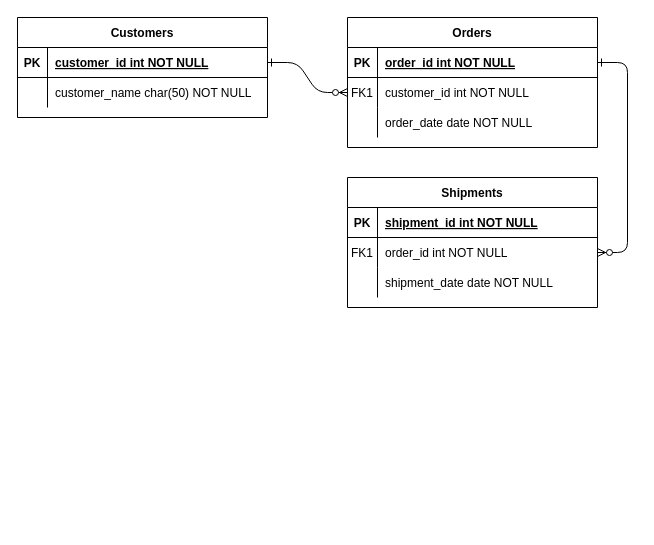
Earlier version of the draw.io diagram Untitled Diagram.drawio (giegeralexandra/BeautyMe). Source tidied: cells renumbered, new cells numbered last; positions are measured from the earlier drawing's top-left corner, leaving out a move shared by most shapes. Both pictures are drawn from the tidied source at 100%, with x=0, y=0 at pixel (17, 17).
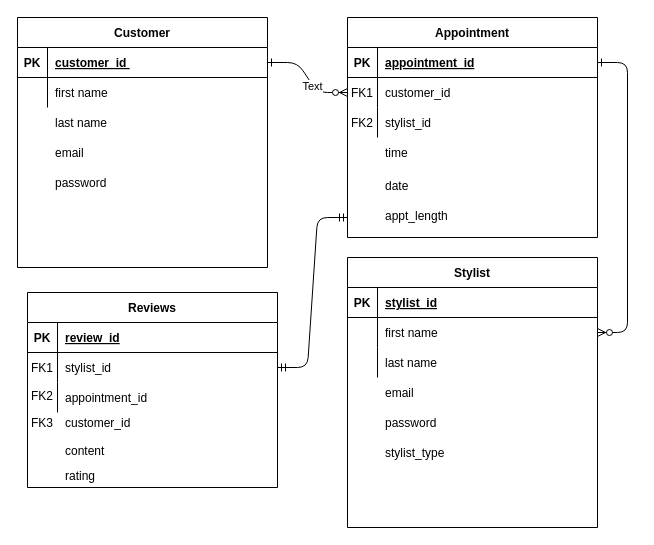
The same page after the edit.

The change refers to these unchanged cells:
```xml
<mxCell id="2" style="edgeStyle=entityRelationEdgeStyle;endArrow=ERzeroToMany;startArrow=ERone;endFill=1;startFill=0;" parent="1" edge="1" source="25" target="8">
  <mxGeometry relative="1" as="geometry" />
</mxCell>
<mxCell id="5" style="shape=partialRectangle;fillColor=none;points=[[0,0.5],[1,0.5]];portConstraint=eastwest;top=0;left=0;right=0;bottom=1;" parent="4" vertex="1">
  <mxGeometry y="30" width="250" height="30" as="geometry" />
</mxCell>
<mxCell id="8" style="shape=partialRectangle;fillColor=none;points=[[0,0.5],[1,0.5]];portConstraint=eastwest;top=0;left=0;right=0;bottom=0;" parent="4" vertex="1">
  <mxGeometry y="60" width="250" height="30" as="geometry" />
</mxCell>
<mxCell id="11" style="shape=partialRectangle;fillColor=none;top=0;left=0;right=0;bottom=0;" parent="4" vertex="1">
  <mxGeometry y="90" width="250" height="30" as="geometry" />
</mxCell>
<mxCell id="15" style="shape=partialRectangle;fillColor=none;top=0;left=0;right=0;bottom=1;" parent="14" vertex="1">
  <mxGeometry y="30" width="250" height="30" as="geometry" />
</mxCell>
<mxCell id="18" style="shape=partialRectangle;fillColor=none;points=[[0,0.5],[1,0.5]];portConstraint=eastwest;top=0;left=0;right=0;bottom=0;" parent="14" vertex="1">
  <mxGeometry y="60" width="250" height="30" as="geometry" />
</mxCell>
<mxCell id="21" style="shape=partialRectangle;fillColor=none;top=0;left=0;right=0;bottom=0;" parent="14" vertex="1">
  <mxGeometry y="90" width="250" height="30" as="geometry" />
</mxCell>
<mxCell id="25" style="shape=partialRectangle;fillColor=none;points=[[0,0.5],[1,0.5]];portConstraint=eastwest;top=0;left=0;right=0;bottom=1;" parent="24" vertex="1">
  <mxGeometry y="30" width="250" height="30" as="geometry" />
</mxCell>
<mxCell id="28" style="shape=partialRectangle;fillColor=none;top=0;left=0;right=0;bottom=0;" parent="24" vertex="1">
  <mxGeometry y="60" width="250" height="30" as="geometry" />
</mxCell>
```

Change to the diagram source:
```diff
@@
+    <mxCell id="31" value="Text" style="edgeLabel;html=1;align=center;verticalAlign=middle;" parent="2" vertex="1">
+      <mxGeometry x="0.18" y="-1" relative="1" as="geometry" />
+    </mxCell>
@@
-    <mxCell id="4" value="Orders" style="shape=table;startSize=30;childLayout=tableLayout;rowLines=0;fontStyle=1;align=center;" parent="1" vertex="1">
-      <mxGeometry x="330" width="250" height="130" as="geometry" />
+    <mxCell id="4" value="Appointment" style="shape=table;startSize=30;childLayout=tableLayout;rowLines=0;fontStyle=1;align=center;" parent="1" vertex="1">
+      <mxGeometry x="330" width="250" height="220" as="geometry" />
     </mxCell>
@@
-    <mxCell id="7" value="order_id int NOT NULL " style="shape=partialRectangle;overflow=hidden;fillColor=none;top=0;left=0;bottom=0;right=0;align=left;spacingLeft=6;fontStyle=5;" parent="5" vertex="1">
+    <mxCell id="7" value="appointment_id" style="shape=partialRectangle;overflow=hidden;fillColor=none;top=0;left=0;bottom=0;right=0;align=left;spacingLeft=6;fontStyle=5;" parent="5" vertex="1">
       <mxGeometry x="30" width="220" height="30" as="geometry" />
     </mxCell>
@@
-    <mxCell id="10" value="customer_id int NOT NULL" style="shape=partialRectangle;overflow=hidden;fillColor=none;top=0;left=0;bottom=0;right=0;align=left;spacingLeft=6;" parent="8" vertex="1">
+    <mxCell id="10" value="customer_id" style="shape=partialRectangle;overflow=hidden;fillColor=none;top=0;left=0;bottom=0;right=0;align=left;spacingLeft=6;" parent="8" vertex="1">
       <mxGeometry x="30" width="220" height="30" as="geometry" />
     </mxCell>
@@
-    <mxCell id="13" value="order_date date NOT NULL" style="shape=partialRectangle;overflow=hidden;fillColor=none;top=0;left=0;bottom=0;right=0;align=left;spacingLeft=6;" parent="11" vertex="1">
+    <mxCell id="13" value="stylist_id" style="shape=partialRectangle;overflow=hidden;fillColor=none;top=0;left=0;bottom=0;right=0;align=left;spacingLeft=6;" parent="11" vertex="1">
       <mxGeometry x="30" width="220" height="30" as="geometry" />
     </mxCell>
-    <mxCell id="14" value="Shipments" style="shape=table;startSize=30;childLayout=tableLayout;rowLines=0;fontStyle=1;align=center;" parent="1" vertex="1">
-      <mxGeometry x="330" y="160" width="250" height="130" as="geometry" />
+    <mxCell id="14" value="Stylist" style="shape=table;startSize=30;childLayout=tableLayout;rowLines=0;fontStyle=1;align=center;" parent="1" vertex="1">
+      <mxGeometry x="330" y="240" width="250" height="270" as="geometry" />
     </mxCell>
@@
-    <mxCell id="17" value="shipment_id int NOT NULL " style="shape=partialRectangle;overflow=hidden;fillColor=none;top=0;left=0;bottom=0;right=0;align=left;spacingLeft=6;fontStyle=5;" parent="15" vertex="1">
+    <mxCell id="17" value="stylist_id" style="shape=partialRectangle;overflow=hidden;fillColor=none;top=0;left=0;bottom=0;right=0;align=left;spacingLeft=6;fontStyle=5;" parent="15" vertex="1">
       <mxGeometry x="30" width="220" height="30" as="geometry" />
     </mxCell>
@@
-    <mxCell id="19" value="FK1" style="shape=partialRectangle;overflow=hidden;fillColor=none;top=0;left=0;bottom=0;right=0;" parent="18" vertex="1">
+    <mxCell id="19" style="shape=partialRectangle;overflow=hidden;fillColor=none;top=0;left=0;bottom=0;right=0;" parent="18" vertex="1">
       <mxGeometry width="30" height="30" as="geometry" />
     </mxCell>
-    <mxCell id="20" value="order_id int NOT NULL" style="shape=partialRectangle;overflow=hidden;fillColor=none;top=0;left=0;bottom=0;right=0;align=left;spacingLeft=6;" parent="18" vertex="1">
+    <mxCell id="20" value="first name" style="shape=partialRectangle;overflow=hidden;fillColor=none;top=0;left=0;bottom=0;right=0;align=left;spacingLeft=6;" parent="18" vertex="1">
       <mxGeometry x="30" width="220" height="30" as="geometry" />
     </mxCell>
@@
-    <mxCell id="23" value="shipment_date date NOT NULL" style="shape=partialRectangle;overflow=hidden;fillColor=none;top=0;left=0;bottom=0;right=0;align=left;spacingLeft=6;" parent="21" vertex="1">
+    <mxCell id="23" value="last name " style="shape=partialRectangle;overflow=hidden;fillColor=none;top=0;left=0;bottom=0;right=0;align=left;spacingLeft=6;" parent="21" vertex="1">
       <mxGeometry x="30" width="220" height="30" as="geometry" />
     </mxCell>
-    <mxCell id="24" value="Customers" style="shape=table;startSize=30;childLayout=tableLayout;rowLines=0;fontStyle=1;align=center;" parent="1" vertex="1">
-      <mxGeometry width="250" height="100" as="geometry" />
+    <mxCell id="24" value="Customer" style="shape=table;startSize=30;childLayout=tableLayout;rowLines=0;fontStyle=1;align=center;" parent="1" vertex="1">
+      <mxGeometry width="250" height="250" as="geometry" />
     </mxCell>
@@
-    <mxCell id="27" value="customer_id int NOT NULL " style="shape=partialRectangle;overflow=hidden;fillColor=none;top=0;left=0;bottom=0;right=0;align=left;spacingLeft=6;fontStyle=5;" parent="25" vertex="1">
+    <mxCell id="27" value="customer_id " style="shape=partialRectangle;overflow=hidden;fillColor=none;top=0;left=0;bottom=0;right=0;align=left;spacingLeft=6;fontStyle=5;" parent="25" vertex="1">
       <mxGeometry x="30" width="220" height="30" as="geometry" />
     </mxCell>
@@
-    <mxCell id="30" value="customer_name char(50) NOT NULL" style="shape=partialRectangle;overflow=hidden;fillColor=none;top=0;left=0;bottom=0;right=0;align=left;spacingLeft=6;" parent="28" vertex="1">
+    <mxCell id="30" value="first name " style="shape=partialRectangle;overflow=hidden;fillColor=none;top=0;left=0;bottom=0;right=0;align=left;spacingLeft=6;" parent="28" vertex="1">
       <mxGeometry x="30" width="220" height="30" as="geometry" />
     </mxCell>
+    <mxCell id="32" value="last name " style="shape=partialRectangle;overflow=hidden;fillColor=none;top=0;left=0;bottom=0;right=0;align=left;spacingLeft=6;" parent="1" vertex="1">
+      <mxGeometry x="30" y="90" width="220" height="30" as="geometry" />
+    </mxCell>
+    <mxCell id="33" value="email " style="shape=partialRectangle;overflow=hidden;fillColor=none;top=0;left=0;bottom=0;right=0;align=left;spacingLeft=6;" parent="1" vertex="1">
+      <mxGeometry x="30" y="120" width="220" height="30" as="geometry" />
+    </mxCell>
+    <mxCell id="34" value="password" style="shape=partialRectangle;overflow=hidden;fillColor=none;top=0;left=0;bottom=0;right=0;align=left;spacingLeft=6;" parent="1" vertex="1">
+      <mxGeometry x="30" y="150" width="220" height="30" as="geometry" />
+    </mxCell>
+    <mxCell id="35" value="time" style="shape=partialRectangle;overflow=hidden;fillColor=none;top=0;left=0;bottom=0;right=0;align=left;spacingLeft=6;" parent="1" vertex="1">
+      <mxGeometry x="360" y="120" width="220" height="30" as="geometry" />
+    </mxCell>
+    <mxCell id="36" value="date&#10;" style="shape=partialRectangle;overflow=hidden;fillColor=none;top=0;left=0;bottom=0;right=0;align=left;spacingLeft=6;" parent="1" vertex="1">
+      <mxGeometry x="360" y="160" width="220" height="30" as="geometry" />
+    </mxCell>
+    <mxCell id="37" value="email" style="shape=partialRectangle;overflow=hidden;fillColor=none;top=0;left=0;bottom=0;right=0;align=left;spacingLeft=6;" parent="1" vertex="1">
+      <mxGeometry x="360" y="360" width="220" height="30" as="geometry" />
+    </mxCell>
+    <mxCell id="38" value="password" style="shape=partialRectangle;overflow=hidden;fillColor=none;top=0;left=0;bottom=0;right=0;align=left;spacingLeft=6;" parent="1" vertex="1">
+      <mxGeometry x="360" y="390" width="220" height="30" as="geometry" />
+    </mxCell>
+    <mxCell id="39" value="appt_length&#10;" style="shape=partialRectangle;overflow=hidden;fillColor=none;top=0;left=0;bottom=0;right=0;align=left;spacingLeft=6;" parent="1" vertex="1">
+      <mxGeometry x="360" y="190" width="220" height="30" as="geometry" />
+    </mxCell>
+    <mxCell id="40" value="Reviews" style="shape=table;startSize=30;childLayout=tableLayout;rowLines=0;fontStyle=1;align=center;" parent="1" vertex="1">
+      <mxGeometry x="10" y="275" width="250" height="195" as="geometry" />
+    </mxCell>
+    <mxCell id="41" style="shape=partialRectangle;fillColor=none;top=0;left=0;right=0;bottom=1;" parent="40" vertex="1">
+      <mxGeometry y="30" width="250" height="30" as="geometry" />
+    </mxCell>
+    <mxCell id="42" value="PK" style="shape=partialRectangle;overflow=hidden;fillColor=none;top=0;left=0;bottom=0;right=0;fontStyle=1;" parent="41" vertex="1">
+      <mxGeometry width="30" height="30" as="geometry" />
+    </mxCell>
+    <mxCell id="43" value="review_id" style="shape=partialRectangle;overflow=hidden;fillColor=none;top=0;left=0;bottom=0;right=0;align=left;spacingLeft=6;fontStyle=5;" parent="41" vertex="1">
+      <mxGeometry x="30" width="220" height="30" as="geometry" />
+    </mxCell>
+    <mxCell id="44" style="shape=partialRectangle;fillColor=none;points=[[0,0.5],[1,0.5]];portConstraint=eastwest;top=0;left=0;right=0;bottom=0;" parent="40" vertex="1">
+      <mxGeometry y="60" width="250" height="30" as="geometry" />
+    </mxCell>
+    <mxCell id="45" value="FK1" style="shape=partialRectangle;overflow=hidden;fillColor=none;top=0;left=0;bottom=0;right=0;" parent="44" vertex="1">
+      <mxGeometry width="30" height="30" as="geometry" />
+    </mxCell>
+    <mxCell id="46" value="stylist_id" style="shape=partialRectangle;overflow=hidden;fillColor=none;top=0;left=0;bottom=0;right=0;align=left;spacingLeft=6;" parent="44" vertex="1">
+      <mxGeometry x="30" width="220" height="30" as="geometry" />
+    </mxCell>
+    <mxCell id="47" style="shape=partialRectangle;fillColor=none;top=0;left=0;right=0;bottom=0;" parent="40" vertex="1">
+      <mxGeometry y="90" width="250" height="30" as="geometry" />
+    </mxCell>
+    <mxCell id="48" style="shape=partialRectangle;overflow=hidden;fillColor=none;top=0;left=0;bottom=0;right=0;" parent="47" vertex="1">
+      <mxGeometry width="30" height="30" as="geometry" />
+    </mxCell>
+    <mxCell id="49" value="appointment_id " style="shape=partialRectangle;overflow=hidden;fillColor=none;top=0;left=0;bottom=0;right=0;align=left;spacingLeft=6;" parent="47" vertex="1">
+      <mxGeometry x="30" width="220" height="30" as="geometry" />
+    </mxCell>
+    <mxCell id="50" value="customer_id" style="shape=partialRectangle;overflow=hidden;fillColor=none;top=0;left=0;bottom=0;right=0;align=left;spacingLeft=6;" parent="1" vertex="1">
+      <mxGeometry x="40" y="390" width="220" height="30" as="geometry" />
+    </mxCell>
+    <mxCell id="51" value="content" style="shape=partialRectangle;overflow=hidden;fillColor=none;top=0;left=0;bottom=0;right=0;align=left;spacingLeft=6;" parent="1" vertex="1">
+      <mxGeometry x="40" y="418" width="220" height="30" as="geometry" />
+    </mxCell>
+    <mxCell id="52" value="rating&#10;" style="shape=partialRectangle;overflow=hidden;fillColor=none;top=0;left=0;bottom=0;right=0;align=left;spacingLeft=6;" parent="1" vertex="1">
+      <mxGeometry x="40" y="450" width="220" height="30" as="geometry" />
+    </mxCell>
+    <mxCell id="53" style="edgeStyle=entityRelationEdgeStyle;fontSize=12;html=1;endArrow=ERmandOne;startArrow=ERmandOne;exitX=1;exitY=0.5;exitDx=0;exitDy=0;" parent="1" edge="1" source="44">
+      <mxGeometry relative="1" as="geometry">
+        <mxPoint x="330" y="200" as="targetPoint" />
+      </mxGeometry>
+    </mxCell>
+    <mxCell id="54" value="FK2" style="shape=partialRectangle;overflow=hidden;fillColor=none;top=0;left=0;bottom=0;right=0;" parent="1" vertex="1">
+      <mxGeometry x="10" y="363" width="30" height="30" as="geometry" />
+    </mxCell>
+    <mxCell id="55" value="FK3" style="shape=partialRectangle;overflow=hidden;fillColor=none;top=0;left=0;bottom=0;right=0;" parent="1" vertex="1">
+      <mxGeometry x="10" y="390" width="30" height="30" as="geometry" />
+    </mxCell>
+    <mxCell id="56" value="FK2" style="shape=partialRectangle;overflow=hidden;fillColor=none;top=0;left=0;bottom=0;right=0;" parent="1" vertex="1">
+      <mxGeometry x="330" y="90" width="30" height="30" as="geometry" />
+    </mxCell>
+    <mxCell id="57" value="stylist_type" style="shape=partialRectangle;overflow=hidden;fillColor=none;top=0;left=0;bottom=0;right=0;align=left;spacingLeft=6;" parent="1" vertex="1">
+      <mxGeometry x="360" y="420" width="220" height="30" as="geometry" />
+    </mxCell>
```
